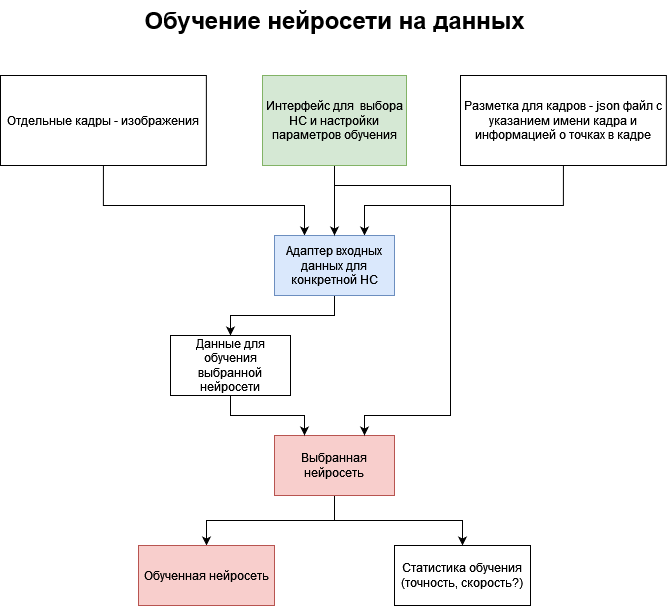
This is images/architecture - NN training.png from HidenYT/rabbit-keypoint-detection, a draw.io export, as it was before one commit. Source tidied: cells renumbered, new cells last; positions are measured from the earlier drawing's top-left corner, leaving out a move shared by most shapes. The source it was exported from:
```xml
<mxGraphModel>
  <root>
    <mxCell id="0" />
    <mxCell id="1" parent="0" />
    <mxCell id="2" value="&lt;font style=&quot;font-size: 24px;&quot;&gt;&lt;b&gt;Обучение нейросети на данных&lt;br&gt;&lt;/b&gt;&lt;/font&gt;" style="text;html=1;align=center;verticalAlign=middle;strokeColor=none;fillColor=none;" parent="1" vertex="1">
      <mxGeometry x="134" width="400" height="40" as="geometry" />
    </mxCell>
    <mxCell id="3" style="edgeStyle=orthogonalEdgeStyle;rounded=0;jettySize=auto;html=1;exitX=0.5;exitY=1;exitDx=0;exitDy=0;entryX=0.25;entryY=0;entryDx=0;entryDy=0;" parent="1" edge="1" source="4" target="12">
      <mxGeometry relative="1" as="geometry">
        <Array as="points">
          <mxPoint x="103" y="205" />
          <mxPoint x="304" y="205" />
        </Array>
      </mxGeometry>
    </mxCell>
    <mxCell id="4" value="Отдельные кадры - изображения" style="rounded=0;whiteSpace=wrap;html=1;" parent="1" vertex="1">
      <mxGeometry y="75" width="205.9" height="90" as="geometry" />
    </mxCell>
    <mxCell id="5" style="edgeStyle=orthogonalEdgeStyle;rounded=0;jettySize=auto;html=1;exitX=0.5;exitY=1;exitDx=0;exitDy=0;entryX=0.75;entryY=0;entryDx=0;entryDy=0;" parent="1" edge="1" source="6" target="12">
      <mxGeometry relative="1" as="geometry">
        <Array as="points">
          <mxPoint x="563" y="205" />
          <mxPoint x="364" y="205" />
        </Array>
      </mxGeometry>
    </mxCell>
    <mxCell id="6" value="Разметка для кадров - json файл с указанием имени кадра и информацией о точках в кадре" style="rounded=0;whiteSpace=wrap;html=1;" parent="1" vertex="1">
      <mxGeometry x="460" y="75" width="205.9" height="90" as="geometry" />
    </mxCell>
    <mxCell id="7" style="edgeStyle=orthogonalEdgeStyle;rounded=0;jettySize=auto;html=1;exitX=0.5;exitY=1;exitDx=0;exitDy=0;entryX=0.5;entryY=0;entryDx=0;entryDy=0;" parent="1" edge="1" source="9" target="10">
      <mxGeometry relative="1" as="geometry" />
    </mxCell>
    <mxCell id="8" style="edgeStyle=orthogonalEdgeStyle;rounded=0;jettySize=auto;html=1;exitX=0.5;exitY=1;exitDx=0;exitDy=0;entryX=0.5;entryY=0;entryDx=0;entryDy=0;" parent="1" edge="1" source="9" target="18">
      <mxGeometry relative="1" as="geometry" />
    </mxCell>
    <mxCell id="9" value="Выбранная нейросеть" style="rounded=0;whiteSpace=wrap;html=1;fillColor=#f8cecc;strokeColor=#b85450;" parent="1" vertex="1">
      <mxGeometry x="274" y="435" width="120" height="60" as="geometry" />
    </mxCell>
    <mxCell id="10" value="Обученная нейросеть" style="rounded=0;whiteSpace=wrap;html=1;fillColor=#f8cecc;strokeColor=#b85450;" parent="1" vertex="1">
      <mxGeometry x="138" y="545" width="136" height="60" as="geometry" />
    </mxCell>
    <mxCell id="11" style="edgeStyle=orthogonalEdgeStyle;rounded=0;jettySize=auto;html=1;exitX=0.5;exitY=1;exitDx=0;exitDy=0;entryX=0.5;entryY=0;entryDx=0;entryDy=0;" parent="1" edge="1" source="12" target="14">
      <mxGeometry relative="1" as="geometry">
        <Array as="points">
          <mxPoint x="334" y="315" />
          <mxPoint x="230" y="315" />
        </Array>
      </mxGeometry>
    </mxCell>
    <mxCell id="12" value="Адаптер входных данных для конкретной НС" style="rounded=0;whiteSpace=wrap;html=1;fillColor=#dae8fc;strokeColor=#6c8ebf;" parent="1" vertex="1">
      <mxGeometry x="274" y="235" width="120" height="60" as="geometry" />
    </mxCell>
    <mxCell id="13" style="edgeStyle=orthogonalEdgeStyle;rounded=0;jettySize=auto;html=1;exitX=0.5;exitY=1;exitDx=0;exitDy=0;entryX=0.25;entryY=0;entryDx=0;entryDy=0;" parent="1" edge="1" source="14" target="9">
      <mxGeometry relative="1" as="geometry" />
    </mxCell>
    <mxCell id="14" value="Данные для обучения выбранной нейросети" style="rounded=0;whiteSpace=wrap;html=1;" parent="1" vertex="1">
      <mxGeometry x="170" y="335" width="120" height="60" as="geometry" />
    </mxCell>
    <mxCell id="15" style="edgeStyle=orthogonalEdgeStyle;rounded=0;jettySize=auto;html=1;exitX=0.5;exitY=1;exitDx=0;exitDy=0;entryX=0.5;entryY=0;entryDx=0;entryDy=0;" parent="1" edge="1" source="17" target="12">
      <mxGeometry relative="1" as="geometry" />
    </mxCell>
    <mxCell id="16" style="edgeStyle=orthogonalEdgeStyle;rounded=0;jettySize=auto;html=1;exitX=0.5;exitY=1;exitDx=0;exitDy=0;entryX=0.75;entryY=0;entryDx=0;entryDy=0;" parent="1" edge="1" source="17" target="9">
      <mxGeometry relative="1" as="geometry">
        <Array as="points">
          <mxPoint x="334" y="185" />
          <mxPoint x="450" y="185" />
          <mxPoint x="450" y="415" />
          <mxPoint x="364" y="415" />
        </Array>
      </mxGeometry>
    </mxCell>
    <mxCell id="17" value="Интерфейс для&amp;nbsp; выбора НС и настройки параметров обучения" style="rounded=0;whiteSpace=wrap;html=1;fillColor=#d5e8d4;strokeColor=#82b366;" parent="1" vertex="1">
      <mxGeometry x="262" y="75" width="144" height="90" as="geometry" />
    </mxCell>
    <mxCell id="18" value="Статистика обучения (точность, скорость?)" style="rounded=0;whiteSpace=wrap;html=1;" parent="1" vertex="1">
      <mxGeometry x="394" y="545" width="136" height="60" as="geometry" />
    </mxCell>
  </root>
</mxGraphModel>
```
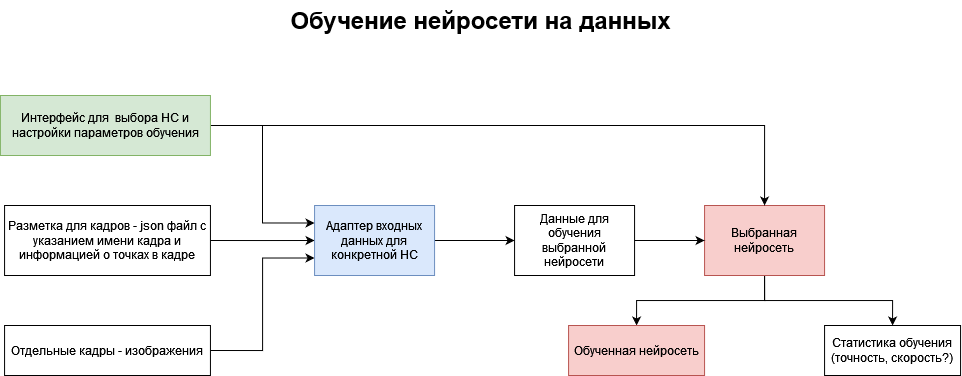
The same file after the commit.

The edit, as a diff of the source:
```diff
@@ -5,27 +5,19 @@
     <mxCell id="2" value="&lt;font style=&quot;font-size: 24px;&quot;&gt;&lt;b&gt;Обучение нейросети на данных&lt;br&gt;&lt;/b&gt;&lt;/font&gt;" style="text;html=1;align=center;verticalAlign=middle;strokeColor=none;fillColor=none;" parent="1" vertex="1">
       <mxGeometry x="134" width="400" height="40" as="geometry" />
     </mxCell>
-    <mxCell id="3" style="edgeStyle=orthogonalEdgeStyle;rounded=0;jettySize=auto;html=1;exitX=0.5;exitY=1;exitDx=0;exitDy=0;entryX=0.25;entryY=0;entryDx=0;entryDy=0;" parent="1" edge="1" source="4" target="12">
-      <mxGeometry relative="1" as="geometry">
-        <Array as="points">
-          <mxPoint x="103" y="205" />
-          <mxPoint x="304" y="205" />
-        </Array>
-      </mxGeometry>
+    <mxCell id="3" style="edgeStyle=orthogonalEdgeStyle;rounded=0;jettySize=auto;html=1;exitX=1;exitY=0.5;exitDx=0;exitDy=0;entryX=0;entryY=0.75;entryDx=0;entryDy=0;" parent="1" edge="1" source="4" target="12">
+      <mxGeometry relative="1" as="geometry" />
     </mxCell>
     <mxCell id="4" value="Отдельные кадры - изображения" style="rounded=0;whiteSpace=wrap;html=1;" parent="1" vertex="1">
-      <mxGeometry y="75" width="205.9" height="90" as="geometry" />
+      <mxGeometry x="-141.9" y="325" width="205.9" height="50" as="geometry" />
     </mxCell>
-    <mxCell id="5" style="edgeStyle=orthogonalEdgeStyle;rounded=0;jettySize=auto;html=1;exitX=0.5;exitY=1;exitDx=0;exitDy=0;entryX=0.75;entryY=0;entryDx=0;entryDy=0;" parent="1" edge="1" source="6" target="12">
-      <mxGeometry relative="1" as="geometry">
-        <Array as="points">
-          <mxPoint x="563" y="205" />
-          <mxPoint x="364" y="205" />
-        </Array>
-      </mxGeometry>
-    </mxCell>
+    <mxCell id="19" style="edgeStyle=orthogonalEdgeStyle;rounded=0;jettySize=auto;html=1;exitX=1;exitY=0.5;exitDx=0;exitDy=0;" parent="1" edge="1" source="6">
+      <mxGeometry relative="1" as="geometry">
+        <mxPoint x="168.1" y="240" as="targetPoint" />
+      </mxGeometry>
+    </mxCell>
     <mxCell id="6" value="Разметка для кадров - json файл с указанием имени кадра и информацией о точках в кадре" style="rounded=0;whiteSpace=wrap;html=1;" parent="1" vertex="1">
-      <mxGeometry x="460" y="75" width="205.9" height="90" as="geometry" />
+      <mxGeometry x="-141.9" y="205" width="205.9" height="70" as="geometry" />
     </mxCell>
     <mxCell id="7" style="edgeStyle=orthogonalEdgeStyle;rounded=0;jettySize=auto;html=1;exitX=0.5;exitY=1;exitDx=0;exitDy=0;entryX=0.5;entryY=0;entryDx=0;entryDy=0;" parent="1" edge="1" source="9" target="10">
       <mxGeometry relative="1" as="geometry" />
@@ -34,46 +26,34 @@
       <mxGeometry relative="1" as="geometry" />
     </mxCell>
     <mxCell id="9" value="Выбранная нейросеть" style="rounded=0;whiteSpace=wrap;html=1;fillColor=#f8cecc;strokeColor=#b85450;" parent="1" vertex="1">
-      <mxGeometry x="274" y="435" width="120" height="60" as="geometry" />
+      <mxGeometry x="558.1" y="205" width="120" height="70" as="geometry" />
     </mxCell>
     <mxCell id="10" value="Обученная нейросеть" style="rounded=0;whiteSpace=wrap;html=1;fillColor=#f8cecc;strokeColor=#b85450;" parent="1" vertex="1">
-      <mxGeometry x="138" y="545" width="136" height="60" as="geometry" />
+      <mxGeometry x="422.1" y="325" width="136" height="50" as="geometry" />
     </mxCell>
-    <mxCell id="11" style="edgeStyle=orthogonalEdgeStyle;rounded=0;jettySize=auto;html=1;exitX=0.5;exitY=1;exitDx=0;exitDy=0;entryX=0.5;entryY=0;entryDx=0;entryDy=0;" parent="1" edge="1" source="12" target="14">
-      <mxGeometry relative="1" as="geometry">
-        <Array as="points">
-          <mxPoint x="334" y="315" />
-          <mxPoint x="230" y="315" />
-        </Array>
-      </mxGeometry>
+    <mxCell id="11" style="edgeStyle=orthogonalEdgeStyle;rounded=0;jettySize=auto;html=1;exitX=1;exitY=0.5;exitDx=0;exitDy=0;entryX=0;entryY=0.5;entryDx=0;entryDy=0;" parent="1" edge="1" source="12" target="14">
+      <mxGeometry relative="1" as="geometry" />
     </mxCell>
     <mxCell id="12" value="Адаптер входных данных для конкретной НС" style="rounded=0;whiteSpace=wrap;html=1;fillColor=#dae8fc;strokeColor=#6c8ebf;" parent="1" vertex="1">
-      <mxGeometry x="274" y="235" width="120" height="60" as="geometry" />
+      <mxGeometry x="168.1" y="205" width="120" height="70" as="geometry" />
     </mxCell>
-    <mxCell id="13" style="edgeStyle=orthogonalEdgeStyle;rounded=0;jettySize=auto;html=1;exitX=0.5;exitY=1;exitDx=0;exitDy=0;entryX=0.25;entryY=0;entryDx=0;entryDy=0;" parent="1" edge="1" source="14" target="9">
+    <mxCell id="13" style="edgeStyle=orthogonalEdgeStyle;rounded=0;jettySize=auto;html=1;exitX=1;exitY=0.5;exitDx=0;exitDy=0;entryX=0;entryY=0.5;entryDx=0;entryDy=0;" parent="1" edge="1" source="14" target="9">
       <mxGeometry relative="1" as="geometry" />
     </mxCell>
     <mxCell id="14" value="Данные для обучения выбранной нейросети" style="rounded=0;whiteSpace=wrap;html=1;" parent="1" vertex="1">
-      <mxGeometry x="170" y="335" width="120" height="60" as="geometry" />
+      <mxGeometry x="368.1" y="205" width="120" height="70" as="geometry" />
     </mxCell>
+    <mxCell id="16" style="edgeStyle=orthogonalEdgeStyle;rounded=0;jettySize=auto;html=1;exitX=1;exitY=0.5;exitDx=0;exitDy=0;entryX=0.5;entryY=0;entryDx=0;entryDy=0;" parent="1" edge="1" source="17" target="9">
+      <mxGeometry relative="1" as="geometry" />
+    </mxCell>
-    <mxCell id="15" style="edgeStyle=orthogonalEdgeStyle;rounded=0;jettySize=auto;html=1;exitX=0.5;exitY=1;exitDx=0;exitDy=0;entryX=0.5;entryY=0;entryDx=0;entryDy=0;" parent="1" edge="1" source="17" target="12">
+    <mxCell id="15" style="edgeStyle=orthogonalEdgeStyle;rounded=0;jettySize=auto;html=1;exitX=1;exitY=0.5;exitDx=0;exitDy=0;entryX=0;entryY=0.25;entryDx=0;entryDy=0;" parent="1" edge="1" source="17" target="12">
       <mxGeometry relative="1" as="geometry" />
     </mxCell>
-    <mxCell id="16" style="edgeStyle=orthogonalEdgeStyle;rounded=0;jettySize=auto;html=1;exitX=0.5;exitY=1;exitDx=0;exitDy=0;entryX=0.75;entryY=0;entryDx=0;entryDy=0;" parent="1" edge="1" source="17" target="9">
-      <mxGeometry relative="1" as="geometry">
-        <Array as="points">
-          <mxPoint x="334" y="185" />
-          <mxPoint x="450" y="185" />
-          <mxPoint x="450" y="415" />
-          <mxPoint x="364" y="415" />
-        </Array>
-      </mxGeometry>
-    </mxCell>
     <mxCell id="17" value="Интерфейс для&amp;nbsp; выбора НС и настройки параметров обучения" style="rounded=0;whiteSpace=wrap;html=1;fillColor=#d5e8d4;strokeColor=#82b366;" parent="1" vertex="1">
-      <mxGeometry x="262" y="75" width="144" height="90" as="geometry" />
+      <mxGeometry x="-146.1" y="95" width="210" height="60" as="geometry" />
     </mxCell>
     <mxCell id="18" value="Статистика обучения (точность, скорость?)" style="rounded=0;whiteSpace=wrap;html=1;" parent="1" vertex="1">
-      <mxGeometry x="394" y="545" width="136" height="60" as="geometry" />
+      <mxGeometry x="678.1" y="325" width="136" height="50" as="geometry" />
     </mxCell>
   </root>
 </mxGraphModel>
```
